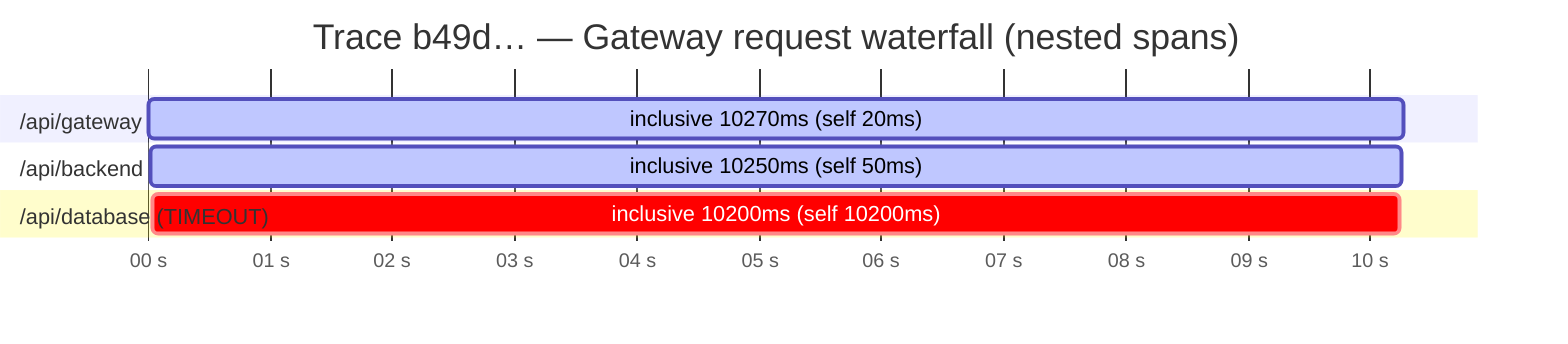
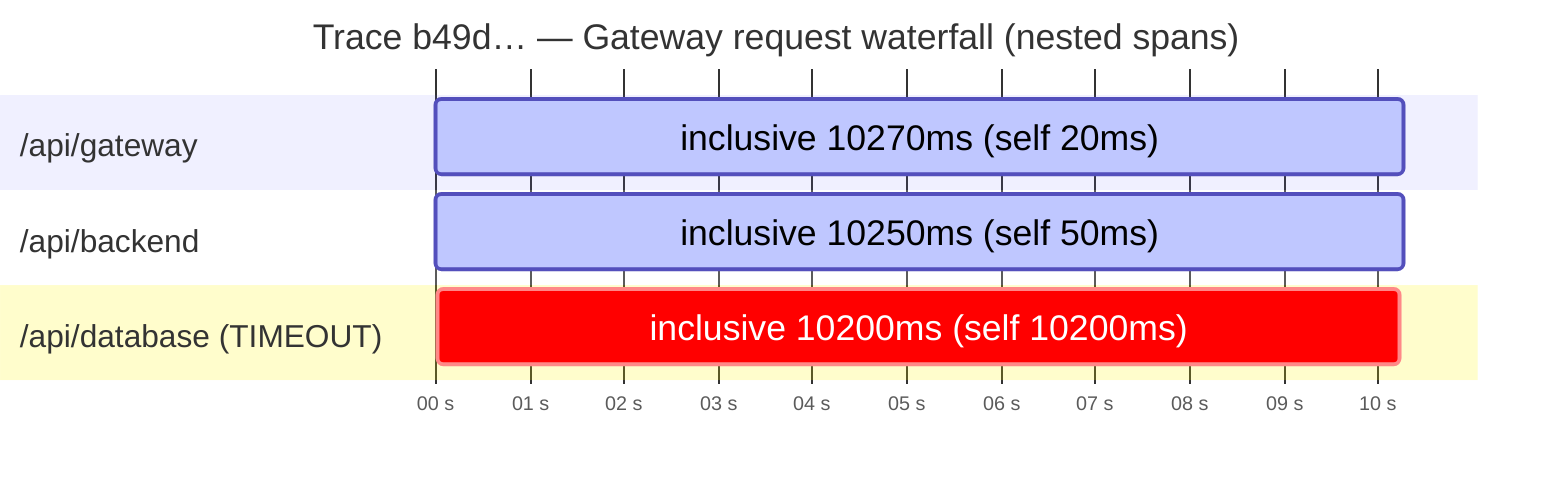
+ %%{init: {'gantt': {'fontSize': 18, 'sectionFontSize': 16, 'barHeight': 38, 'barGap': 10, 'topPadding': 50, 'leftPadding': 220}}}%%
gantt
    title Trace b49d… — Gateway request waterfall (nested spans)
    dateFormat x
    axisFormat %S s
    section /api/gateway
        inclusive 10270ms (self 20ms)     : active, 0, 10270
    section /api/backend
        inclusive 10250ms (self 50ms)     : active, 10, 10260
    section /api/database (TIMEOUT)
        inclusive 10200ms (self 10200ms)  : crit, 30, 10230
